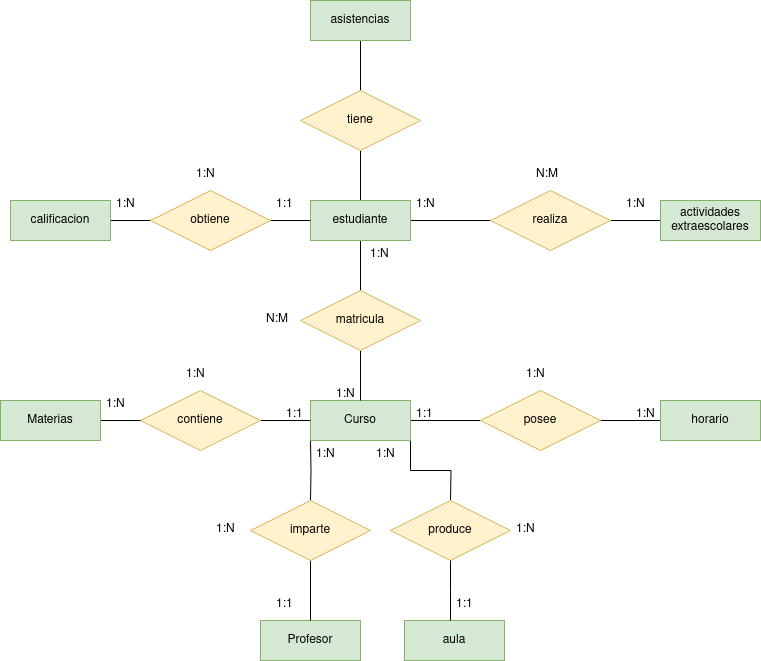
jdrguez/2-Daw keeps this draw.io diagram as Unidad-1/Tareas/Tarea-8/tarea8.drawio.png. Above is the earlier version. Source tidied: cells renumbered, new cells last; positions are measured from the earlier drawing's top-left corner, leaving out a move shared by most shapes.
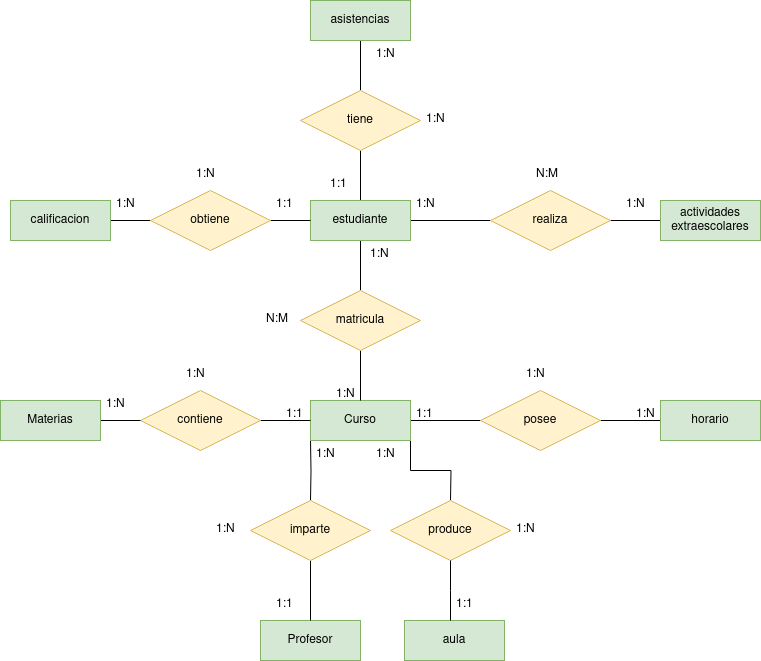
The same diagram one commit later.

Change to the diagram source:
```diff
@@ -170,5 +170,14 @@
     <mxCell id="55" value="N:M" style="text;strokeColor=none;fillColor=none;spacingLeft=4;spacingRight=4;overflow=hidden;fontSize=12;whiteSpace=wrap;html=1;" parent="1" vertex="1">
       <mxGeometry x="530" y="160" width="40" height="30" as="geometry" />
     </mxCell>
+    <mxCell id="56" value="1:N" style="text;strokeColor=none;fillColor=none;spacingLeft=4;spacingRight=4;overflow=hidden;fontSize=12;whiteSpace=wrap;html=1;" parent="1" vertex="1">
+      <mxGeometry x="370" y="40" width="40" height="30" as="geometry" />
+    </mxCell>
+    <mxCell id="57" value="1:1" style="text;strokeColor=none;fillColor=none;spacingLeft=4;spacingRight=4;overflow=hidden;fontSize=12;whiteSpace=wrap;html=1;" parent="1" vertex="1">
+      <mxGeometry x="324" y="170" width="40" height="30" as="geometry" />
+    </mxCell>
+    <mxCell id="58" value="1:N" style="text;strokeColor=none;fillColor=none;spacingLeft=4;spacingRight=4;overflow=hidden;fontSize=12;whiteSpace=wrap;html=1;" parent="1" vertex="1">
+      <mxGeometry x="420" y="105" width="40" height="30" as="geometry" />
+    </mxCell>
   </root>
 </mxGraphModel>
```
